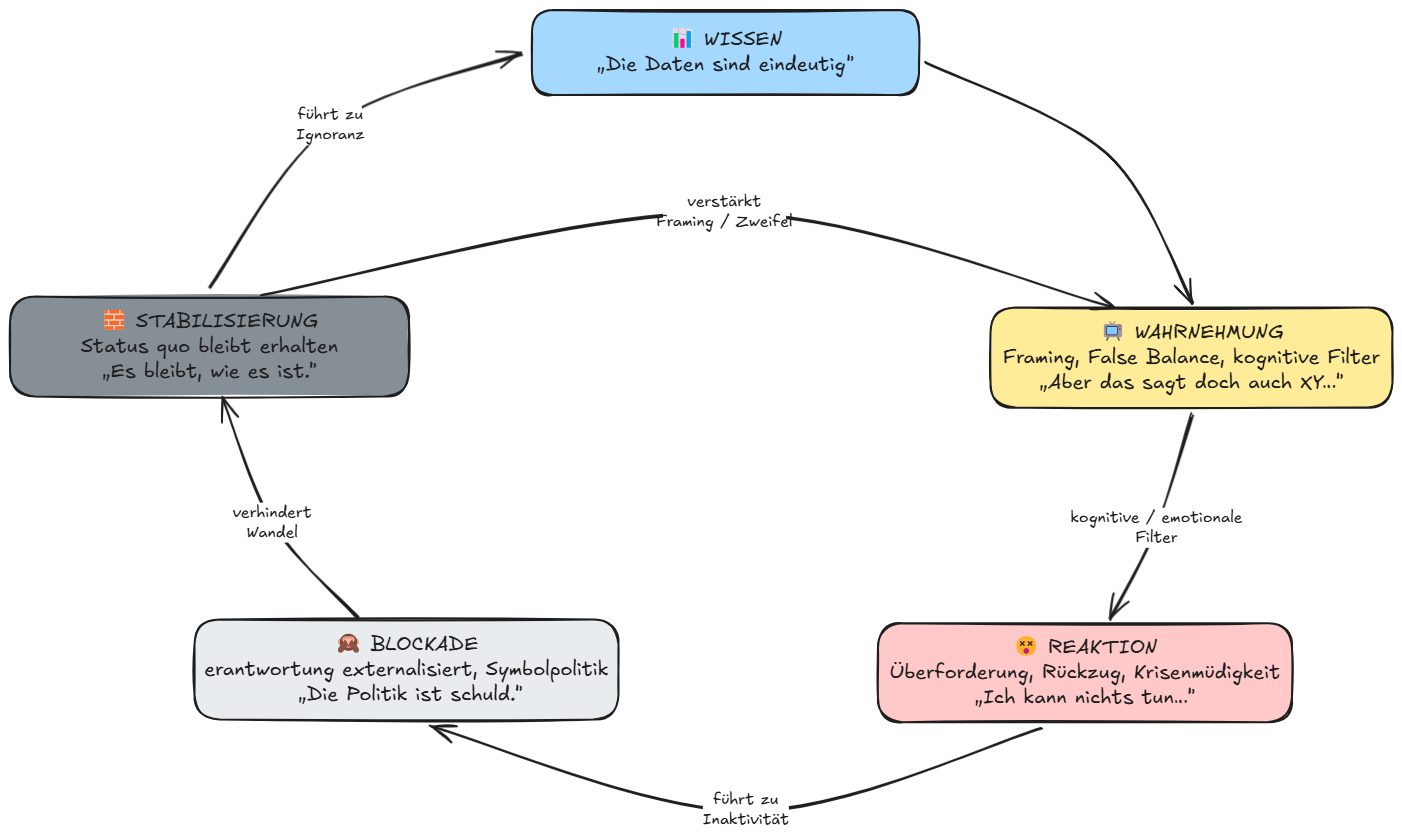
bjoernboettle/die-schlinge keeps this Excalidraw diagram as docs/assets/cover-pdf.excalidraw.png. Above is the earlier version. Source tidied: one line per element, renumbered; positions are measured from the earlier drawing's top-left corner, leaving out a move shared by most shapes.
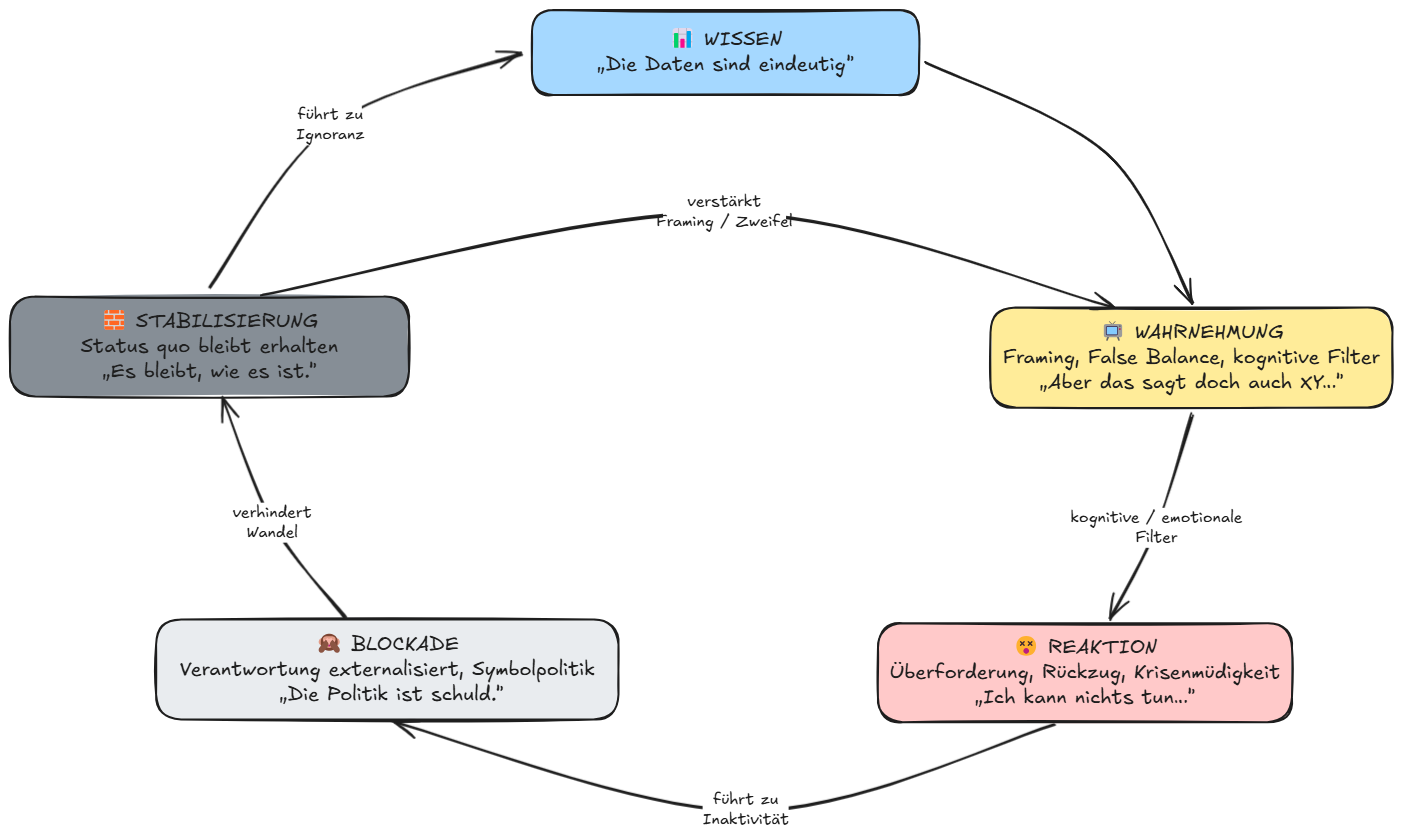
Later version of the same file.

What changed in the source:
```diff
@@ -2,17 +2,17 @@
 {"id": 1, "type": "text", "text": "📊 WISSEN\n„Die Daten sind eindeutig“", "strokeColor": "#1e1e1e", "strokeWidth": 2, "roughness": 1, "fontSize": 20, "fontFamily": 5, "textAlign": "center", "verticalAlign": "middle", "inside": 0, "x": 599, "y": 18, "width": 233, "height": 50}
 {"id": 2, "type": "rectangle", "strokeColor": "#1e1e1e", "backgroundColor": "#ffec99", "fillStyle": "solid", "strokeWidth": 2, "roughness": 1, "round": true, "x": 980, "y": 298, "width": 402, "height": 100}
 {"id": 3, "type": "text", "text": "📺 WAHRNEHMUNG\nFraming, False Balance, kognitive Filter\n„Aber das sagt doch auch XY…“", "strokeColor": "#1e1e1e", "strokeWidth": 2, "roughness": 1, "fontSize": 20, "fontFamily": 5, "textAlign": "center", "verticalAlign": "middle", "inside": 2, "x": 1013, "y": 310, "width": 338, "height": 75}
-{"id": 4, "type": "rectangle", "strokeColor": "#1e1e1e", "backgroundColor": "#e9ecef", "fillStyle": "solid", "strokeWidth": 2, "roughness": 1, "round": true, "x": 184, "y": 610, "width": 424, "height": 100}
+{"id": 4, "type": "rectangle", "strokeColor": "#1e1e1e", "backgroundColor": "#e9ecef", "fillStyle": "solid", "strokeWidth": 2, "roughness": 1, "round": true, "x": 146, "y": 610, "width": 462, "height": 100}
-{"id": 5, "type": "text", "text": "🙈 BLOCKADE\nerantwortung externalisiert, Symbolpolitik\n „Die Politik ist schuld.“", "strokeColor": "#1e1e1e", "strokeWidth": 2, "roughness": 1, "fontSize": 20, "fontFamily": 5, "textAlign": "center", "verticalAlign": "middle", "inside": 4, "x": 212, "y": 622, "width": 369, "height": 75}
+{"id": 5, "type": "text", "text": "🙈 BLOCKADE\nVerantwortung externalisiert, Symbolpolitik\n „Die Politik ist schuld.“", "strokeColor": "#1e1e1e", "strokeWidth": 2, "roughness": 1, "fontSize": 20, "fontFamily": 5, "textAlign": "center", "verticalAlign": "middle", "inside": 4, "x": 170, "y": 622, "width": 415, "height": 75}
 {"id": 6, "type": "rectangle", "strokeColor": "#1e1e1e", "backgroundColor": "#868e96", "fillStyle": "solid", "strokeWidth": 2, "roughness": 1, "round": true, "x": 0, "y": 286, "width": 399, "height": 100}
 {"id": 7, "type": "text", "text": "🧱 STABILISIERUNG\nStatus quo bleibt erhalten\n„Es bleibt, wie es ist.“", "strokeColor": "#1e1e1e", "strokeWidth": 2, "roughness": 1, "fontSize": 20, "fontFamily": 5, "textAlign": "center", "verticalAlign": "middle", "inside": 6, "x": 86, "y": 299, "width": 227, "height": 75}
 {"id": 8, "type": "arrow", "strokeColor": "#1e1e1e", "strokeWidth": 2, "roughness": 1, "endArrowhead": "arrow", "round": true, "from": 0, "to": 2, "x": 915, "y": 53, "width": 268, "height": 239, "points": [[0, 0], [182, 91], [268, 239]]}
 {"id": 9, "type": "arrow", "strokeColor": "#1e1e1e", "strokeWidth": 2, "roughness": 1, "endArrowhead": "arrow", "round": true, "from": 2, "to": 19, "x": 1182, "y": 403, "width": 83, "height": 205, "points": [[0, 0], [-35, 114], [-83, 205]]}
 {"id": 10, "type": "text", "text": "kognitive / emotionale\nFilter", "strokeColor": "#1e1e1e", "backgroundColor": "#868e96", "fillStyle": "solid", "strokeWidth": 2, "roughness": 1, "fontSize": 16, "fontFamily": 5, "textAlign": "center", "verticalAlign": "middle", "inside": 9, "x": 1067, "y": 497, "width": 172, "height": 40}
-{"id": 11, "type": "arrow", "strokeColor": "#1e1e1e", "strokeWidth": 2, "roughness": 1, "endArrowhead": "arrow", "round": true, "from": 19, "to": 4, "x": 1030, "y": 717, "width": 611, "height": 85, "points": [[0, 0], [-294, 83], [-611, -2]]}
+{"id": 11, "type": "arrow", "strokeColor": "#1e1e1e", "strokeWidth": 2, "roughness": 1, "endArrowhead": "arrow", "round": true, "from": 19, "to": 4, "x": 1043, "y": 713, "width": 661, "height": 89, "points": [[0, 0], [-307, 87], [-661, -3]]}
 {"id": 12, "type": "text", "text": "führt zu\nInaktivität", "strokeColor": "#1e1e1e", "backgroundColor": "#868e96", "fillStyle": "solid", "strokeWidth": 2, "roughness": 1, "fontSize": 16, "fontFamily": 5, "textAlign": "center", "verticalAlign": "middle", "inside": 11, "x": 701, "y": 780, "width": 86, "height": 40}
-{"id": 13, "type": "arrow", "strokeColor": "#1e1e1e", "strokeWidth": 2, "roughness": 1, "endArrowhead": "arrow", "round": true, "from": 4, "to": 6, "x": 348, "y": 608, "width": 136, "height": 220, "points": [[0, 0], [-86, -95], [-136, -220]]}
+{"id": 13, "type": "arrow", "strokeColor": "#1e1e1e", "strokeWidth": 2, "roughness": 1, "endArrowhead": "arrow", "round": true, "from": 4, "to": 6, "x": 336, "y": 608, "width": 124, "height": 220, "points": [[0, 0], [-73, -96], [-124, -220]]}
-{"id": 14, "type": "text", "text": "verhindert\nWandel", "strokeColor": "#1e1e1e", "backgroundColor": "#868e96", "fillStyle": "solid", "strokeWidth": 2, "roughness": 1, "fontSize": 16, "fontFamily": 5, "textAlign": "center", "verticalAlign": "middle", "inside": 13, "x": 226, "y": 492, "width": 73, "height": 40}
+{"id": 14, "type": "text", "text": "verhindert\nWandel", "strokeColor": "#1e1e1e", "backgroundColor": "#868e96", "fillStyle": "solid", "strokeWidth": 2, "roughness": 1, "fontSize": 16, "fontFamily": 5, "textAlign": "center", "verticalAlign": "middle", "inside": 13, "x": 226, "y": 492, "width": 79, "height": 40}
 {"id": 15, "type": "arrow", "strokeColor": "#1e1e1e", "backgroundColor": "#868e96", "fillStyle": "solid", "strokeWidth": 2, "roughness": 1, "endArrowhead": "arrow", "round": true, "from": 6, "to": 0, "x": 200, "y": 276, "width": 313, "height": 233, "points": [[0, 0], [121, -161], [313, -233]]}
 {"id": 16, "type": "text", "text": "führt zu\nIgnoranz", "strokeColor": "#1e1e1e", "backgroundColor": "#868e96", "fillStyle": "solid", "strokeWidth": 2, "roughness": 1, "fontSize": 16, "fontFamily": 5, "textAlign": "center", "verticalAlign": "middle", "inside": 15, "x": 289, "y": 95, "width": 62, "height": 40}
 {"id": 17, "type": "arrow", "strokeColor": "#1e1e1e", "backgroundColor": "#868e96", "fillStyle": "solid", "strokeWidth": 2, "roughness": 1, "endArrowhead": "arrow", "round": true, "from": 6, "to": 2, "x": 251, "y": 284, "width": 852, "height": 94, "points": [[0, 0], [464, -82], [852, 12]]}
```
